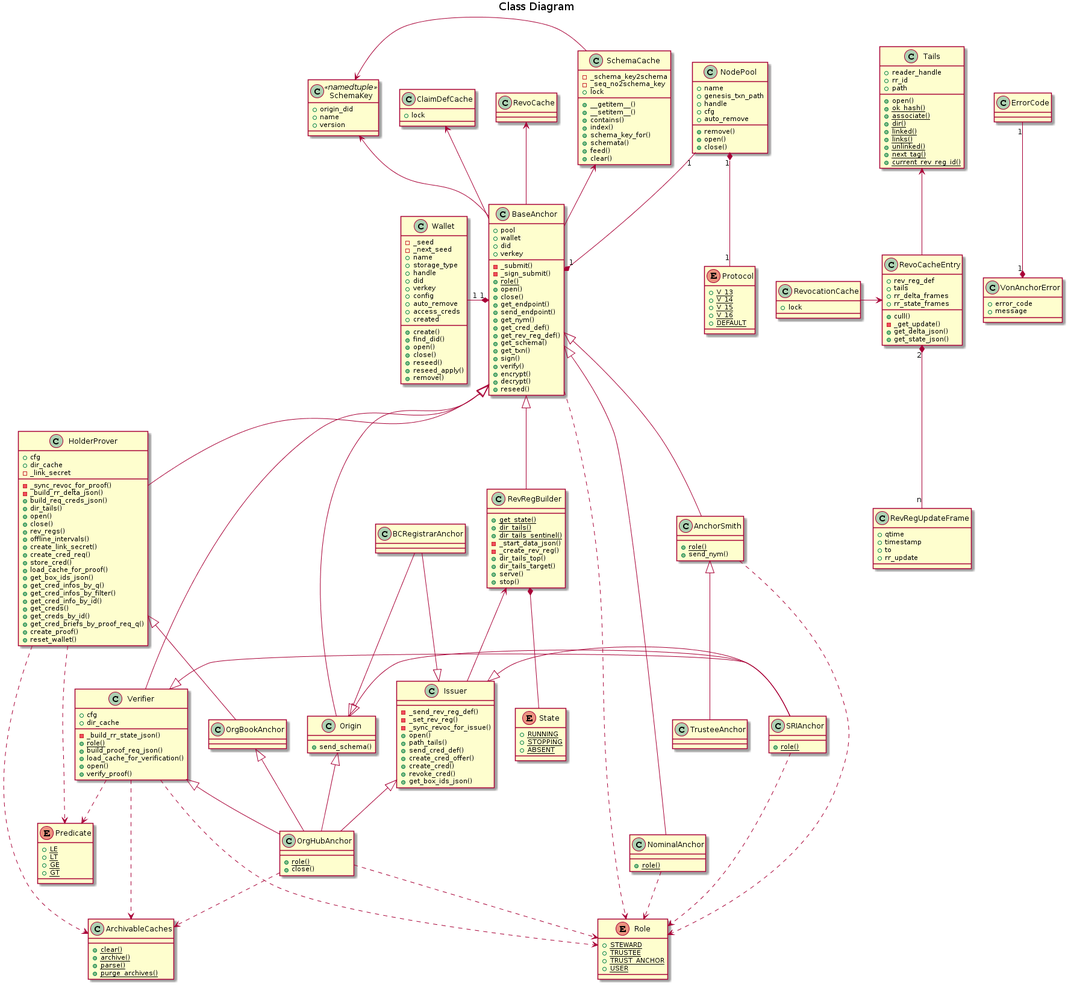
PSPC-SPAC-buyandsell/von_anchor keeps this PlantUML diagram as docs/source/pic/class.png. Above is the earlier version.
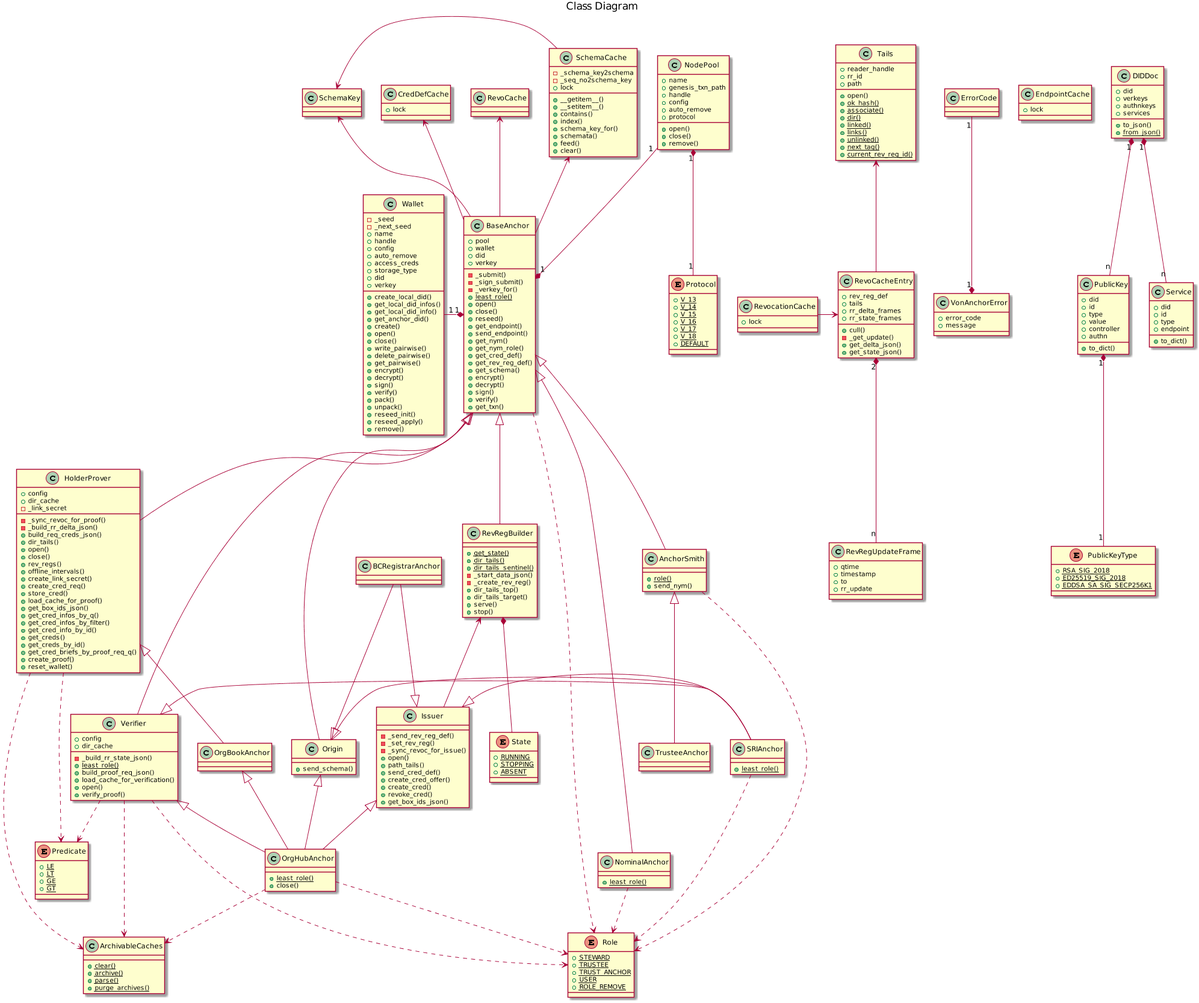
The same file after the commit.

The edit, as a diff of the source:
```diff
@@ -1,4 +1,6 @@
 @startuml
+
+scale max 2000 width
 
 title Class Diagram
 
@@ -10,10 +12,7 @@
     +message
 }
 
-class SchemaKey << namedtuple >> {
-    +origin_did
-    +name
-    +version
+class SchemaKey {
 }
 
 class SchemaCache {
@@ -30,7 +29,7 @@
     +clear()
 }
 
-class ClaimDefCache{
+class CredDefCache{
     +lock
 }
 
@@ -71,6 +70,10 @@
     +lock
 }
 
+class EndpointCache {
+    +lock
+}
+
 class ArchivableCaches {
     {static} +clear()
     {static} +archive()
@@ -82,19 +85,30 @@
     -_seed
     -_next_seed
     +name
-    +storage_type
     +handle
-    +did
-    +verkey
     +config
     +auto_remove
     +access_creds
-    +created
+    +storage_type
+    +did
+    +verkey
+    +create_local_did()
+    +get_local_did_infos()
+    +get_local_did_info()
+    +get_anchor_did()
     +create()
-    +find_did()
     +open()
     +close()
-    +reseed()
+    +write_pairwise()
+    +delete_pairwise()
+    +get_pairwise()
+    +encrypt()
+    +decrypt()
+    +sign()
+    +verify()
+    +pack()
+    +unpack()
+    +reseed_init()
     +reseed_apply()
     +remove()
 }
@@ -104,6 +118,8 @@
     {static} +V_14
     {static} +V_15
     {static} +V_16
+    {static} +V_17
+    {static} +V_18
     {static} +DEFAULT
 }
 
@@ -111,11 +127,12 @@
     +name
     +genesis_txn_path
     +handle
-    +cfg
+    +config
     +auto_remove
-    +remove()
+    +protocol
     +open()
     +close()
+    +remove()
 }
 
 enum Predicate {
@@ -130,6 +147,7 @@
     {static} +TRUSTEE
     {static} +TRUST_ANCHOR
     {static} +USER
+    {static} +ROLE_REMOVE
 }
 
 class BaseAnchor {
@@ -139,21 +157,23 @@
     +verkey
     -_submit()
     -_sign_submit()
-    {static} +role()
+    -_verkey_for()
+    {static} +least_role()
     +open()
     +close()
+    +reseed()
     +get_endpoint()
     +send_endpoint()
     +get_nym()
+    +get_nym_role()
     +get_cred_def()
     +get_rev_reg_def()
     +get_schema()
-    +get_txn()
+    +encrypt()
+    +decrypt()
     +sign()
     +verify()
-    +encrypt()
-    +decrypt()
-    +reseed()
+    +get_txn()
 }
 
 class AnchorSmith {
@@ -197,7 +217,7 @@
 }
 
 class HolderProver {
-    +cfg
+    +config
     +dir_cache
     -_link_secret
     -_sync_revoc_for_proof()
@@ -224,10 +244,10 @@
 }
 
 class Verifier {
-    +cfg
+    +config
     +dir_cache
     -_build_rr_state_json()
-    {static} +role()
+    {static} +least_role()
     +build_proof_req_json()
     +load_cache_for_verification()
     +open()
@@ -238,11 +258,11 @@
 }
 
 class NominalAnchor {
-    {static} +role()
+    {static} +least_role()
 }
 
 class SRIAnchor {
-    {static} +role()
+    {static} +least_role()
 }
 
 class BCRegistrarAnchor {
@@ -252,8 +272,41 @@
 }
 
 class OrgHubAnchor {
-    {static} +role()
+    {static} +least_role()
     +close()
+}
+
+enum PublicKeyType {
+    {static} +RSA_SIG_2018
+    {static} +ED25519_SIG_2018
+    {static} +EDDSA_SA_SIG_SECP256K1
+}
+
+class PublicKey {
+    +did
+    +id
+    +type
+    +value
+    +controller
+    +authn
+    +to_dict()
+}
+
+class Service {
+    +did
+    +id
+    +type
+    +endpoint
+    +to_dict()
+}
+
+class DIDDoc {
+    +did
+    +verkeys
+    +authnkeys
+    +services
+    +to_json()
+    {static} +from_json()
 }
 
 VonAnchorError "1" *-up- "1" ErrorCode
@@ -274,7 +327,7 @@
 
 BaseAnchor -up-> RevoCache
 
-BaseAnchor -up-> ClaimDefCache
+BaseAnchor -up-> CredDefCache
 BaseAnchor <|-down- AnchorSmith
 BaseAnchor <|-down- Origin
 BaseAnchor <|-down- HolderProver
@@ -312,4 +365,8 @@
 NominalAnchor ..> Role
 OrgHubAnchor ..> Role
 SRIAnchor ..> Role
+
+PublicKey "1" *-- "1" PublicKeyType
+DIDDoc "1" *-- "n" PublicKey
+DIDDoc "1" *-- "n" Service
 @enduml
```
